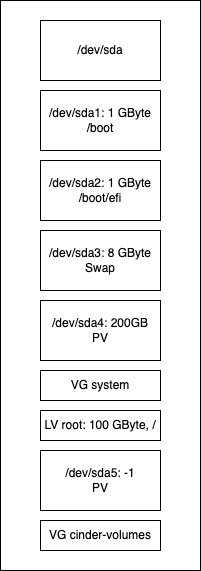
This is assets/disklayout-cloud-in-a-box-1.drawio.png from osism/node-image, a draw.io export, as it was before one commit. Source tidied: cells renumbered, new cells last; positions are measured from the earlier drawing's top-left corner, leaving out a move shared by most shapes.
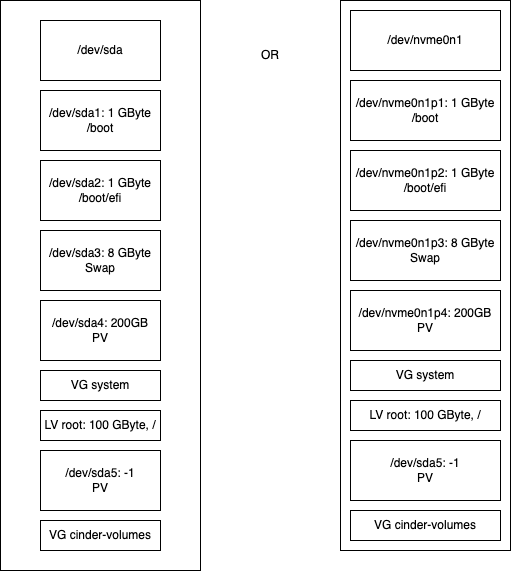
Above is the later version.

Commit message:
Merge cloud-in-a-box variants into a single variant (#36)

Change to the diagram source:
```diff
@@ -32,5 +32,38 @@
     <mxCell id="11" value="VG cinder-volumes" style="rounded=0;whiteSpace=wrap;html=1;" parent="1" vertex="1">
       <mxGeometry x="40" y="520" width="120" height="30" as="geometry" />
     </mxCell>
+    <mxCell id="12" style="rounded=0;whiteSpace=wrap;html=1;" parent="1" vertex="1">
+      <mxGeometry x="340" width="170" height="550" as="geometry" />
+    </mxCell>
+    <mxCell id="13" value="/dev/nvme0n1" style="rounded=0;whiteSpace=wrap;html=1;" parent="1" vertex="1">
+      <mxGeometry x="350" y="10" width="150" height="60" as="geometry" />
+    </mxCell>
+    <mxCell id="14" value="/dev/nvme0n1p1: 1 GByte&lt;br&gt;/boot" style="rounded=0;whiteSpace=wrap;html=1;" parent="1" vertex="1">
+      <mxGeometry x="350" y="80" width="150" height="60" as="geometry" />
+    </mxCell>
+    <mxCell id="15" value="/dev/nvme0n1p2: 1 GByte&lt;br&gt;/boot/efi" style="rounded=0;whiteSpace=wrap;html=1;" parent="1" vertex="1">
+      <mxGeometry x="350" y="150" width="150" height="60" as="geometry" />
+    </mxCell>
+    <mxCell id="16" value="/dev/nvme0n1p3: 8 GByte&lt;br&gt;Swap" style="rounded=0;whiteSpace=wrap;html=1;" parent="1" vertex="1">
+      <mxGeometry x="350" y="220" width="150" height="60" as="geometry" />
+    </mxCell>
+    <mxCell id="17" value="/dev/nvme0n1p4: 200GB&lt;br&gt;PV" style="rounded=0;whiteSpace=wrap;html=1;" parent="1" vertex="1">
+      <mxGeometry x="350" y="290" width="150" height="60" as="geometry" />
+    </mxCell>
+    <mxCell id="18" value="VG system" style="rounded=0;whiteSpace=wrap;html=1;" parent="1" vertex="1">
+      <mxGeometry x="350" y="360" width="150" height="30" as="geometry" />
+    </mxCell>
+    <mxCell id="19" value="LV root: 100 GByte, /" style="rounded=0;whiteSpace=wrap;html=1;align=center;labelPosition=center;verticalLabelPosition=middle;verticalAlign=middle;" parent="1" vertex="1">
+      <mxGeometry x="350" y="400" width="150" height="30" as="geometry" />
+    </mxCell>
+    <mxCell id="20" value="/dev/sda5: -1&lt;br&gt;PV" style="rounded=0;whiteSpace=wrap;html=1;" parent="1" vertex="1">
+      <mxGeometry x="350" y="440" width="150" height="60" as="geometry" />
+    </mxCell>
+    <mxCell id="21" value="VG cinder-volumes" style="rounded=0;whiteSpace=wrap;html=1;" parent="1" vertex="1">
+      <mxGeometry x="350" y="510" width="150" height="30" as="geometry" />
+    </mxCell>
+    <mxCell id="22" value="OR" style="text;html=1;strokeColor=none;fillColor=none;align=center;verticalAlign=middle;whiteSpace=wrap;rounded=0;" parent="1" vertex="1">
+      <mxGeometry x="240" y="40" width="60" height="30" as="geometry" />
+    </mxCell>
   </root>
 </mxGraphModel>
```
